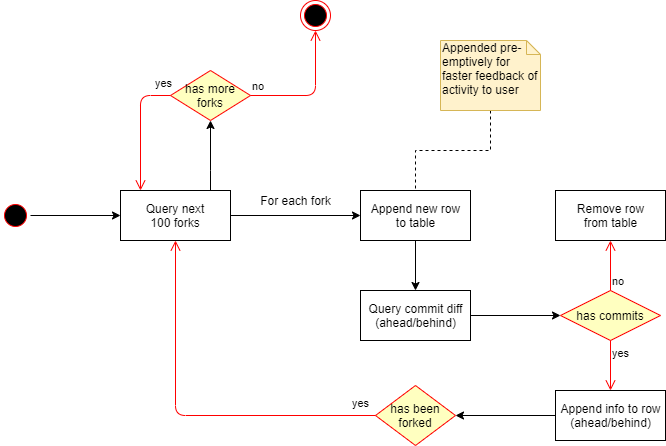
The draw.io diagram media/query-diagram.png in useful-forks/useful-forks.github.io, before a commit. Source tidied: cells renumbered, new cells last; positions are measured from the earlier drawing's top-left corner, leaving out a move shared by most shapes. Source of this version:
```xml
<mxGraphModel background="#ffffff">
  <root>
    <mxCell id="0" />
    <mxCell id="1" parent="0" />
    <mxCell id="2" style="edgeStyle=orthogonalEdgeStyle;rounded=0;jettySize=auto;html=1;" parent="1" edge="1" source="3" target="6">
      <mxGeometry relative="1" as="geometry" />
    </mxCell>
    <mxCell id="3" style="ellipse;shape=startState;fillColor=#000000;strokeColor=#ff0000;direction=south;" parent="1" vertex="1">
      <mxGeometry y="200" width="30" height="30" as="geometry" />
    </mxCell>
    <mxCell id="4" style="edgeStyle=orthogonalEdgeStyle;rounded=0;jettySize=auto;html=1;" parent="1" edge="1" source="6" target="9">
      <mxGeometry relative="1" as="geometry" />
    </mxCell>
    <mxCell id="5" style="edgeStyle=orthogonalEdgeStyle;rounded=0;jettySize=auto;html=1;entryX=0.5;entryY=1;entryDx=0;entryDy=0;endArrow=classic;endFill=1;strokeColor=#000000;" parent="1" edge="1" source="6" target="23">
      <mxGeometry relative="1" as="geometry">
        <Array as="points">
          <mxPoint x="210" y="170" />
          <mxPoint x="210" y="170" />
        </Array>
      </mxGeometry>
    </mxCell>
    <mxCell id="6" value="Query next&#10;100 forks" parent="1" vertex="1">
      <mxGeometry x="120" y="190" width="110" height="50" as="geometry" />
    </mxCell>
    <mxCell id="7" style="ellipse;html=1;shape=endState;fillColor=#000000;strokeColor=#ff0000;" parent="1" vertex="1">
      <mxGeometry x="300" width="30" height="30" as="geometry" />
    </mxCell>
    <mxCell id="8" style="edgeStyle=orthogonalEdgeStyle;rounded=0;jettySize=auto;html=1;entryX=0.5;entryY=0;entryDx=0;entryDy=0;" parent="1" edge="1" source="9" target="11">
      <mxGeometry relative="1" as="geometry" />
    </mxCell>
    <mxCell id="9" value="Append new row&lt;br&gt;to table" style="html=1;" parent="1" vertex="1">
      <mxGeometry x="360" y="190" width="110" height="50" as="geometry" />
    </mxCell>
    <mxCell id="10" style="edgeStyle=orthogonalEdgeStyle;rounded=0;jettySize=auto;html=1;entryX=0;entryY=0.5;entryDx=0;entryDy=0;" parent="1" edge="1" source="11" target="15">
      <mxGeometry relative="1" as="geometry" />
    </mxCell>
    <mxCell id="11" value="Query commit diff&lt;br&gt;(ahead/behind)" style="html=1;" parent="1" vertex="1">
      <mxGeometry x="360" y="290" width="110" height="50" as="geometry" />
    </mxCell>
    <mxCell id="12" value="For each fork&lt;br&gt;" style="text;html=1;align=center;verticalAlign=middle;" parent="1" vertex="1">
      <mxGeometry x="250" y="190" width="90" height="20" as="geometry" />
    </mxCell>
    <mxCell id="13" style="edgeStyle=orthogonalEdgeStyle;rounded=0;jettySize=auto;html=1;endArrow=classic;endFill=1;strokeColor=#000000;" parent="1" edge="1" source="14" target="21">
      <mxGeometry relative="1" as="geometry" />
    </mxCell>
    <mxCell id="14" value="Append info to row&lt;br&gt;(ahead/behind)" style="html=1;" parent="1" vertex="1">
      <mxGeometry x="555" y="390" width="110" height="50" as="geometry" />
    </mxCell>
    <mxCell id="15" value="has commits" style="rhombus;whiteSpace=wrap;html=1;fillColor=#ffffc0;strokeColor=#ff0000;" parent="1" vertex="1">
      <mxGeometry x="560" y="290" width="100" height="50" as="geometry" />
    </mxCell>
    <mxCell id="16" value="no" style="edgeStyle=orthogonalEdgeStyle;html=1;align=left;verticalAlign=bottom;endArrow=open;endSize=8;strokeColor=#ff0000;" parent="1" edge="1" source="15" target="18">
      <mxGeometry x="-1" relative="1" as="geometry" />
    </mxCell>
    <mxCell id="17" value="yes" style="edgeStyle=orthogonalEdgeStyle;html=1;align=left;verticalAlign=top;endArrow=open;endSize=8;strokeColor=#ff0000;" parent="1" edge="1" source="15">
      <mxGeometry x="-1" relative="1" as="geometry">
        <mxPoint x="610" y="390" as="targetPoint" />
      </mxGeometry>
    </mxCell>
    <mxCell id="18" value="Remove row&lt;br&gt;from table" style="html=1;" parent="1" vertex="1">
      <mxGeometry x="555" y="190" width="110" height="50" as="geometry" />
    </mxCell>
    <mxCell id="19" style="edgeStyle=orthogonalEdgeStyle;jettySize=auto;html=1;entryX=0.5;entryY=0;entryDx=0;entryDy=0;rounded=0;dashed=1;endArrow=none;endFill=0;" parent="1" edge="1" source="20" target="9">
      <mxGeometry relative="1" as="geometry" />
    </mxCell>
    <mxCell id="20" value="Appended pre-emptively for faster feedback of activity to user" style="shape=note;whiteSpace=wrap;html=1;size=14;verticalAlign=top;align=left;spacingTop=-6;fillColor=#fff2cc;strokeColor=#d6b656;" parent="1" vertex="1">
      <mxGeometry x="440" y="40" width="100" height="70" as="geometry" />
    </mxCell>
    <mxCell id="21" value="has been forked" style="rhombus;whiteSpace=wrap;html=1;fillColor=#ffffc0;strokeColor=#ff0000;" parent="1" vertex="1">
      <mxGeometry x="375" y="385" width="80" height="60" as="geometry" />
    </mxCell>
    <mxCell id="22" value="yes" style="edgeStyle=orthogonalEdgeStyle;html=1;align=left;verticalAlign=top;endArrow=open;endSize=8;strokeColor=#ff0000;" parent="1" edge="1" source="21" target="6">
      <mxGeometry x="0.2" y="-175" relative="1" as="geometry" />
    </mxCell>
    <mxCell id="23" value="has more forks" style="rhombus;whiteSpace=wrap;html=1;fillColor=#ffffc0;strokeColor=#ff0000;" parent="1" vertex="1">
      <mxGeometry x="170" y="70" width="80" height="50" as="geometry" />
    </mxCell>
    <mxCell id="24" value="no" style="edgeStyle=orthogonalEdgeStyle;html=1;align=left;verticalAlign=bottom;endArrow=open;endSize=8;strokeColor=#ff0000;" parent="1" edge="1" source="23" target="7">
      <mxGeometry x="-1" relative="1" as="geometry" />
    </mxCell>
    <mxCell id="25" value="yes" style="edgeStyle=orthogonalEdgeStyle;html=1;align=left;verticalAlign=top;endArrow=open;endSize=8;strokeColor=#ff0000;" parent="1" edge="1" source="23" target="6">
      <mxGeometry x="-0.72" y="-25" relative="1" as="geometry">
        <Array as="points">
          <mxPoint x="140" y="95" />
        </Array>
      </mxGeometry>
    </mxCell>
  </root>
</mxGraphModel>
```
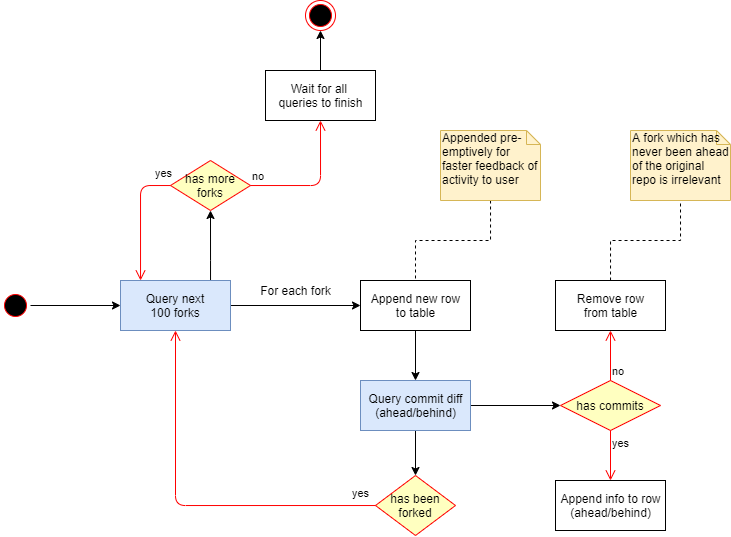
After the change.

Diff of the diagram source:
```diff
@@ -19,11 +19,11 @@
         </Array>
       </mxGeometry>
     </mxCell>
-    <mxCell id="6" value="Query next&#10;100 forks" parent="1" vertex="1">
+    <mxCell id="6" value="Query next&#10;100 forks" style="fillColor=#dae8fc;strokeColor=#6c8ebf;" parent="1" vertex="1">
       <mxGeometry x="120" y="190" width="110" height="50" as="geometry" />
     </mxCell>
     <mxCell id="7" style="ellipse;html=1;shape=endState;fillColor=#000000;strokeColor=#ff0000;" parent="1" vertex="1">
-      <mxGeometry x="300" width="30" height="30" as="geometry" />
+      <mxGeometry x="305" y="-90" width="30" height="30" as="geometry" />
     </mxCell>
     <mxCell id="8" style="edgeStyle=orthogonalEdgeStyle;rounded=0;jettySize=auto;html=1;entryX=0.5;entryY=0;entryDx=0;entryDy=0;" parent="1" edge="1" source="9" target="11">
       <mxGeometry relative="1" as="geometry" />
@@ -34,15 +34,15 @@
     <mxCell id="10" style="edgeStyle=orthogonalEdgeStyle;rounded=0;jettySize=auto;html=1;entryX=0;entryY=0.5;entryDx=0;entryDy=0;" parent="1" edge="1" source="11" target="15">
       <mxGeometry relative="1" as="geometry" />
     </mxCell>
+    <mxCell id="26" style="edgeStyle=orthogonalEdgeStyle;rounded=0;jettySize=auto;html=1;" parent="1" edge="1" source="11" target="21">
+      <mxGeometry relative="1" as="geometry" />
+    </mxCell>
-    <mxCell id="11" value="Query commit diff&lt;br&gt;(ahead/behind)" style="html=1;" parent="1" vertex="1">
+    <mxCell id="11" value="Query commit diff&lt;br&gt;(ahead/behind)" style="html=1;fillColor=#dae8fc;strokeColor=#6c8ebf;" parent="1" vertex="1">
       <mxGeometry x="360" y="290" width="110" height="50" as="geometry" />
     </mxCell>
     <mxCell id="12" value="For each fork&lt;br&gt;" style="text;html=1;align=center;verticalAlign=middle;" parent="1" vertex="1">
       <mxGeometry x="250" y="190" width="90" height="20" as="geometry" />
     </mxCell>
-    <mxCell id="13" style="edgeStyle=orthogonalEdgeStyle;rounded=0;jettySize=auto;html=1;endArrow=classic;endFill=1;strokeColor=#000000;" parent="1" edge="1" source="14" target="21">
-      <mxGeometry relative="1" as="geometry" />
-    </mxCell>
     <mxCell id="14" value="Append info to row&lt;br&gt;(ahead/behind)" style="html=1;" parent="1" vertex="1">
       <mxGeometry x="555" y="390" width="110" height="50" as="geometry" />
     </mxCell>
@@ -57,6 +57,9 @@
         <mxPoint x="610" y="390" as="targetPoint" />
       </mxGeometry>
     </mxCell>
+    <mxCell id="27" style="edgeStyle=orthogonalEdgeStyle;rounded=0;jettySize=auto;html=1;entryX=0.5;entryY=1;entryDx=0;entryDy=0;entryPerimeter=0;endArrow=none;endFill=0;dashed=1;" parent="1" edge="1" source="18" target="28">
+      <mxGeometry relative="1" as="geometry" />
+    </mxCell>
     <mxCell id="18" value="Remove row&lt;br&gt;from table" style="html=1;" parent="1" vertex="1">
       <mxGeometry x="555" y="190" width="110" height="50" as="geometry" />
     </mxCell>
@@ -75,7 +78,7 @@
     <mxCell id="23" value="has more forks" style="rhombus;whiteSpace=wrap;html=1;fillColor=#ffffc0;strokeColor=#ff0000;" parent="1" vertex="1">
       <mxGeometry x="170" y="70" width="80" height="50" as="geometry" />
     </mxCell>
-    <mxCell id="24" value="no" style="edgeStyle=orthogonalEdgeStyle;html=1;align=left;verticalAlign=bottom;endArrow=open;endSize=8;strokeColor=#ff0000;" parent="1" edge="1" source="23" target="7">
+    <mxCell id="24" value="no" style="edgeStyle=orthogonalEdgeStyle;html=1;align=left;verticalAlign=bottom;endArrow=open;endSize=8;strokeColor=#ff0000;entryX=0.5;entryY=1;entryDx=0;entryDy=0;" parent="1" edge="1" source="23" target="30">
       <mxGeometry x="-1" relative="1" as="geometry" />
     </mxCell>
     <mxCell id="25" value="yes" style="edgeStyle=orthogonalEdgeStyle;html=1;align=left;verticalAlign=top;endArrow=open;endSize=8;strokeColor=#ff0000;" parent="1" edge="1" source="23" target="6">
@@ -85,5 +88,14 @@
         </Array>
       </mxGeometry>
     </mxCell>
+    <mxCell id="28" value="A fork which has never been ahead of the original repo is irrelevant" style="shape=note;whiteSpace=wrap;html=1;size=14;verticalAlign=top;align=left;spacingTop=-6;fillColor=#fff2cc;strokeColor=#d6b656;" parent="1" vertex="1">
+      <mxGeometry x="630" y="40" width="100" height="70" as="geometry" />
+    </mxCell>
+    <mxCell id="29" style="edgeStyle=orthogonalEdgeStyle;rounded=0;jettySize=auto;html=1;endArrow=classic;endFill=1;" parent="1" edge="1" source="30" target="7">
+      <mxGeometry relative="1" as="geometry" />
+    </mxCell>
+    <mxCell id="30" value="Wait for all &lt;br&gt;queries to finish" style="html=1;" parent="1" vertex="1">
+      <mxGeometry x="265" y="-20" width="110" height="50" as="geometry" />
+    </mxCell>
   </root>
 </mxGraphModel>
```
